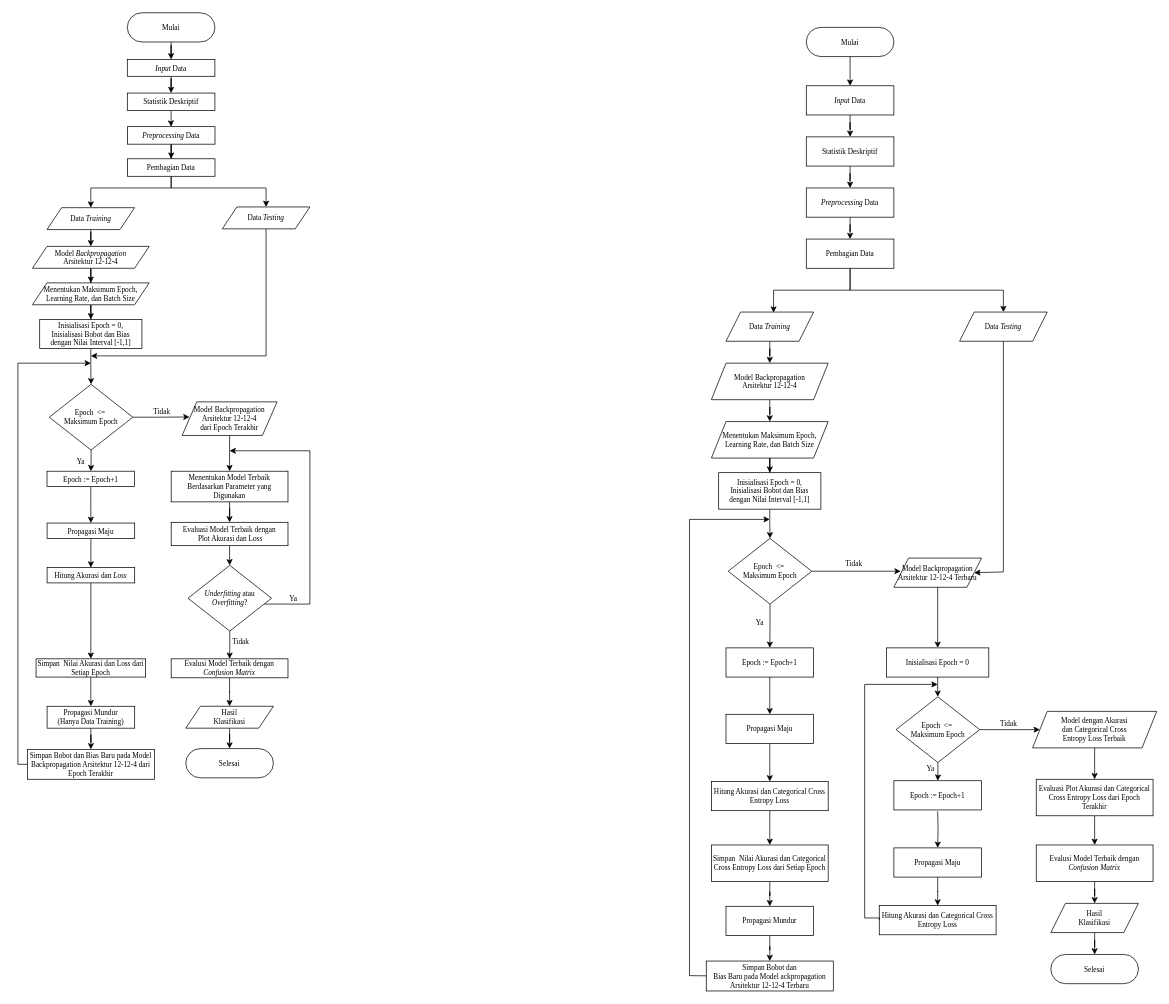
This is Diagram Tanpa Judul.drawio from riskialarsy/riskialarsy.github.io, a draw.io file, before an edit. Source tidied: cells renumbered, new cells numbered last; positions are measured from the earlier drawing's top-left corner, leaving out a move shared by most shapes. Both pictures are drawn from the tidied source at 73%, with x=0, y=0 at pixel (18, 12).
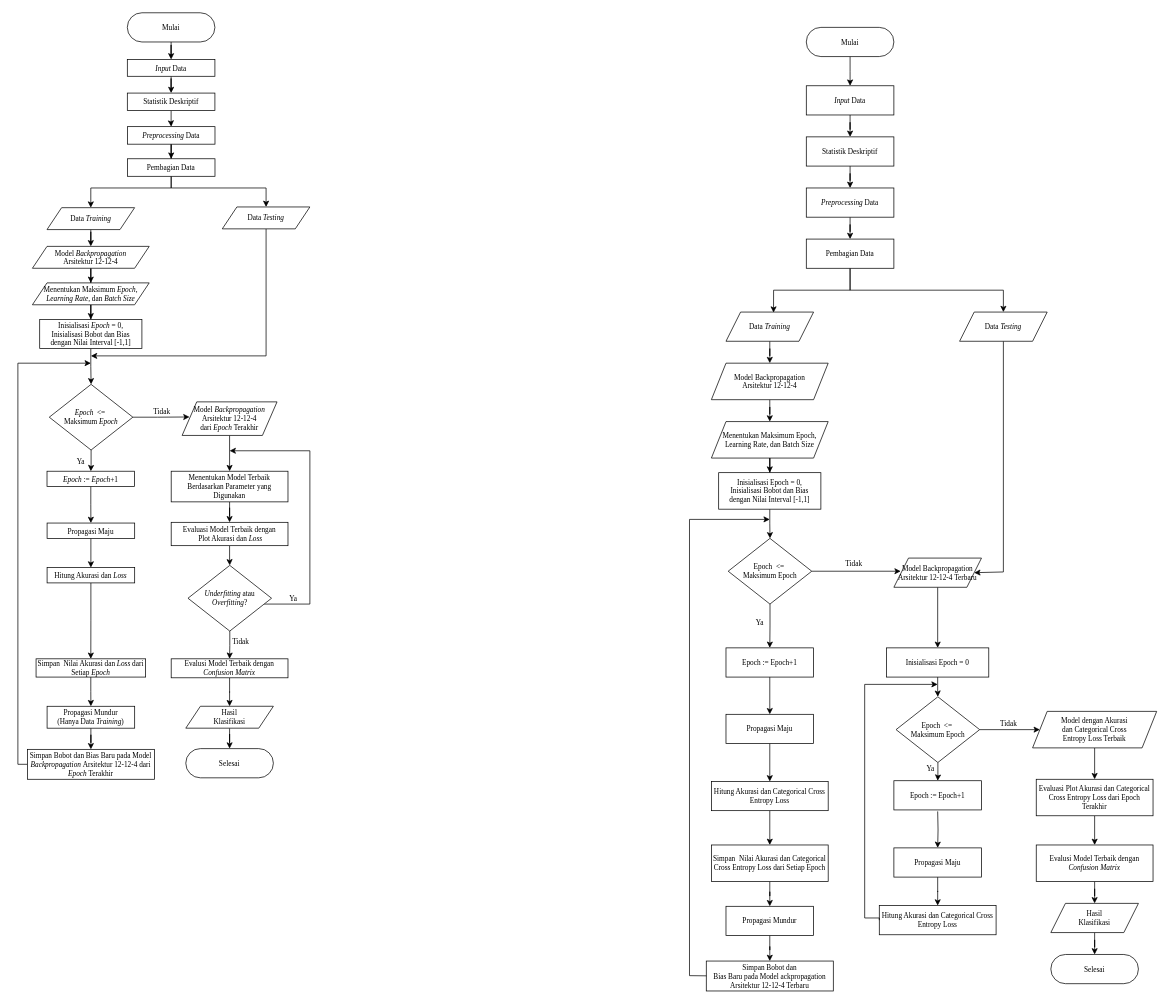
Above is the later version.

Change to the diagram source:
```diff
@@
-    <mxCell id="81" value="&lt;font style=&quot;font-size: 10px;&quot;&gt;Menentukan Maksimum &lt;span style=&quot;font-size: 10px;&quot;&gt;Epoch&lt;/span&gt;, &lt;br style=&quot;font-size: 10px;&quot;&gt;&lt;span style=&quot;font-size: 10px;&quot;&gt;Learning Rate&lt;/span&gt;, dan &lt;span style=&quot;font-size: 10px;&quot;&gt;Batch Size&lt;/span&gt;&lt;/font&gt;" style="shape=parallelogram;perimeter=parallelogramPerimeter;whiteSpace=wrap;html=1;fixedSize=1;fontStyle=0;fontSize=10;fontFamily=Times New Roman;" parent="1" vertex="1">
+    <mxCell id="81" value="&lt;font style=&quot;font-size: 10px;&quot;&gt;Menentukan Maksimum &lt;span style=&quot;font-size: 10px;&quot;&gt;&lt;i&gt;Epoch&lt;/i&gt;&lt;/span&gt;, &lt;br style=&quot;font-size: 10px;&quot;&gt;&lt;span style=&quot;font-size: 10px;&quot;&gt;&lt;i&gt;Learning Rate&lt;/i&gt;&lt;/span&gt;, dan &lt;span style=&quot;font-size: 10px;&quot;&gt;&lt;i&gt;Batch Size&lt;/i&gt;&lt;/span&gt;&lt;/font&gt;" style="shape=parallelogram;perimeter=parallelogramPerimeter;whiteSpace=wrap;html=1;fixedSize=1;fontStyle=0;fontSize=10;fontFamily=Times New Roman;" parent="1" vertex="1">
       <mxGeometry x="19.9" y="370" width="160" height="30" as="geometry" />
     </mxCell>
@@
-    <mxCell id="84" value="&lt;font style=&quot;font-size: 10px;&quot;&gt;&lt;span style=&quot;font-size: 10px;&quot;&gt;&lt;span style=&quot;font-size: 10px;&quot;&gt;Epoch&amp;nbsp;&lt;/span&gt; &amp;lt;=&lt;/span&gt;&amp;nbsp;&lt;br style=&quot;font-size: 10px;&quot;&gt;&lt;span style=&quot;font-size: 10px;&quot;&gt;Maksimum &lt;span style=&quot;font-size: 10px;&quot;&gt;Epoch&lt;/span&gt;&lt;/span&gt;&lt;/font&gt;" style="rhombus;whiteSpace=wrap;html=1;fontSize=10;fontStyle=0;fontFamily=Times New Roman;" parent="1" vertex="1">
+    <mxCell id="84" value="&lt;font style=&quot;font-size: 10px;&quot;&gt;&lt;span style=&quot;font-size: 10px;&quot;&gt;&lt;span style=&quot;font-size: 10px;&quot;&gt;&lt;i&gt;Epoch&lt;/i&gt;&amp;nbsp;&lt;/span&gt; &amp;lt;=&lt;/span&gt;&amp;nbsp;&lt;br style=&quot;font-size: 10px;&quot;&gt;&lt;span style=&quot;font-size: 10px;&quot;&gt;Maksimum &lt;span style=&quot;font-size: 10px;&quot;&gt;&lt;i&gt;Epoch&lt;/i&gt;&lt;/span&gt;&lt;/span&gt;&lt;/font&gt;" style="rhombus;whiteSpace=wrap;html=1;fontSize=10;fontStyle=0;fontFamily=Times New Roman;" parent="1" vertex="1">
       <mxGeometry x="43" y="509" width="114.5" height="90" as="geometry" />
     </mxCell>
@@
-    <mxCell id="86" value="Inisialisasi&amp;nbsp;&lt;span style=&quot;font-size: 10px;&quot;&gt;Epoch = 0,&lt;br style=&quot;font-size: 10px;&quot;&gt;Inisialisasi Bobot dan Bias dengan Nilai Interval [-1,1]&lt;br style=&quot;font-size: 10px;&quot;&gt;&lt;/span&gt;" style="rounded=0;whiteSpace=wrap;html=1;fontFamily=Times New Roman;fontSize=10;" parent="1" vertex="1">
+    <mxCell id="86" value="Inisialisasi&amp;nbsp;&lt;span style=&quot;font-size: 10px;&quot;&gt;&lt;i&gt;Epoch&lt;/i&gt; = 0,&lt;br style=&quot;font-size: 10px;&quot;&gt;Inisialisasi Bobot dan Bias dengan Nilai Interval [-1,1]&lt;br style=&quot;font-size: 10px;&quot;&gt;&lt;/span&gt;" style="rounded=0;whiteSpace=wrap;html=1;fontFamily=Times New Roman;fontSize=10;" parent="1" vertex="1">
       <mxGeometry x="29.9" y="420" width="140" height="40" as="geometry" />
     </mxCell>
@@
-    <mxCell id="88" value="&lt;span style=&quot;border-color: var(--border-color); font-size: 10px;&quot;&gt;Epoch&amp;nbsp;&lt;/span&gt;:=&amp;nbsp;&lt;span style=&quot;border-color: var(--border-color); font-size: 10px;&quot;&gt;Epoch+&lt;/span&gt;&lt;span style=&quot;font-size: 10px;&quot;&gt;1&lt;/span&gt;" style="rounded=0;whiteSpace=wrap;html=1;fontFamily=Times New Roman;fontStyle=0;fontSize=10;" parent="1" vertex="1">
+    <mxCell id="88" value="&lt;span style=&quot;border-color: var(--border-color); font-size: 10px;&quot;&gt;&lt;i&gt;Epoch&lt;/i&gt;&amp;nbsp;&lt;/span&gt;:=&amp;nbsp;&lt;span style=&quot;border-color: var(--border-color); font-size: 10px;&quot;&gt;&lt;i&gt;Epoch&lt;/i&gt;+&lt;/span&gt;&lt;span style=&quot;font-size: 10px;&quot;&gt;1&lt;/span&gt;" style="rounded=0;whiteSpace=wrap;html=1;fontFamily=Times New Roman;fontStyle=0;fontSize=10;" parent="1" vertex="1">
       <mxGeometry x="39.9" y="628" width="120" height="21" as="geometry" />
     </mxCell>
@@
-    <mxCell id="90" value="Propagasi Mundur&lt;br style=&quot;font-size: 10px;&quot;&gt;(Hanya Data Training)" style="rounded=0;whiteSpace=wrap;html=1;fontFamily=Times New Roman;fontSize=10;" parent="1" vertex="1">
+    <mxCell id="90" value="Propagasi Mundur&lt;br style=&quot;font-size: 10px;&quot;&gt;(Hanya Data &lt;i&gt;Training&lt;/i&gt;)" style="rounded=0;whiteSpace=wrap;html=1;fontFamily=Times New Roman;fontSize=10;" parent="1" vertex="1">
       <mxGeometry x="40" y="950" width="120" height="30" as="geometry" />
     </mxCell>
@@
-    <mxCell id="95" value="Simpan&amp;nbsp; Nilai Akurasi dan Loss dari Setiap Epoch" style="whiteSpace=wrap;html=1;fontSize=10;fontFamily=Times New Roman;fontStyle=0;" parent="1" vertex="1">
+    <mxCell id="95" value="Simpan&amp;nbsp; Nilai Akurasi dan &lt;i&gt;Loss&lt;/i&gt; dari Setiap &lt;i&gt;Epoch&lt;/i&gt;" style="whiteSpace=wrap;html=1;fontSize=10;fontFamily=Times New Roman;fontStyle=0;" parent="1" vertex="1">
       <mxGeometry x="24.9" y="885" width="150.1" height="25" as="geometry" />
     </mxCell>
@@
-    <mxCell id="97" value="Simpan Bobot dan&amp;nbsp;&lt;span style=&quot;font-size: 10px;&quot;&gt;Bias Baru pada Model B&lt;/span&gt;ackpropagation Arsitektur 12-12-4&amp;nbsp;dari Epoch Terakhir" style="whiteSpace=wrap;html=1;fontSize=10;fontFamily=Times New Roman;fontStyle=0;" parent="1" vertex="1">
+    <mxCell id="97" value="Simpan Bobot dan&amp;nbsp;&lt;span style=&quot;font-size: 10px;&quot;&gt;Bias Baru pada Model &lt;i&gt;B&lt;/i&gt;&lt;/span&gt;&lt;i&gt;ackpropagation &lt;/i&gt;Arsitektur 12-12-4&amp;nbsp;dari &lt;i&gt;Epoch&lt;/i&gt; Terakhir" style="whiteSpace=wrap;html=1;fontSize=10;fontFamily=Times New Roman;fontStyle=0;" parent="1" vertex="1">
       <mxGeometry x="13" y="1009" width="174" height="41" as="geometry" />
     </mxCell>
@@
-    <mxCell id="99" value="Model Backpropagation Arsitektur 12-12-4&lt;br style=&quot;font-size: 10px;&quot;&gt;dari Epoch Terakhir" style="shape=parallelogram;perimeter=parallelogramPerimeter;whiteSpace=wrap;html=1;fixedSize=1;fontSize=10;fontFamily=Times New Roman;" parent="1" vertex="1">
+    <mxCell id="99" value="Model &lt;i&gt;Backpropagation&lt;/i&gt; Arsitektur 12-12-4&lt;br style=&quot;font-size: 10px;&quot;&gt;dari &lt;i&gt;Epoch&lt;/i&gt; Terakhir" style="shape=parallelogram;perimeter=parallelogramPerimeter;whiteSpace=wrap;html=1;fixedSize=1;fontSize=10;fontFamily=Times New Roman;" parent="1" vertex="1">
       <mxGeometry x="225" y="533" width="130" height="46" as="geometry" />
     </mxCell>
@@
-    <mxCell id="101" value="Evaluasi Model Terbaik dengan&lt;br style=&quot;font-size: 10px;&quot;&gt;&amp;nbsp;Plot Akurasi dan Loss" style="whiteSpace=wrap;html=1;fontSize=10;fontFamily=Times New Roman;fontStyle=0;" parent="1" vertex="1">
+    <mxCell id="101" value="Evaluasi Model Terbaik dengan&lt;br style=&quot;font-size: 10px;&quot;&gt;&amp;nbsp;Plot Akurasi dan &lt;i&gt;Loss&lt;/i&gt;" style="whiteSpace=wrap;html=1;fontSize=10;fontFamily=Times New Roman;fontStyle=0;" parent="1" vertex="1">
       <mxGeometry x="210" y="698" width="160" height="32" as="geometry" />
     </mxCell>
```
